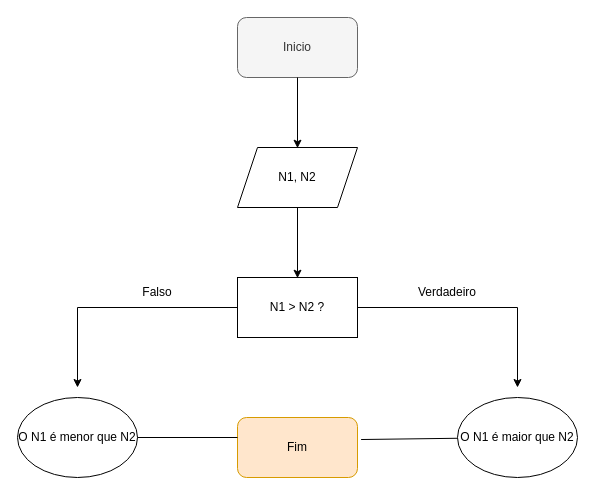
Earlier version of the draw.io diagram page "Exercicio A" (1 of 3) of ADO01 PI .drawio (Balduscojv/ADO-PI). Source tidied: cells renumbered, new cells numbered last; positions are measured from the earlier drawing's top-left corner, leaving out a move shared by most shapes. Both pictures are drawn from the tidied source at 100%, with x=0, y=0 at pixel (17, 17).
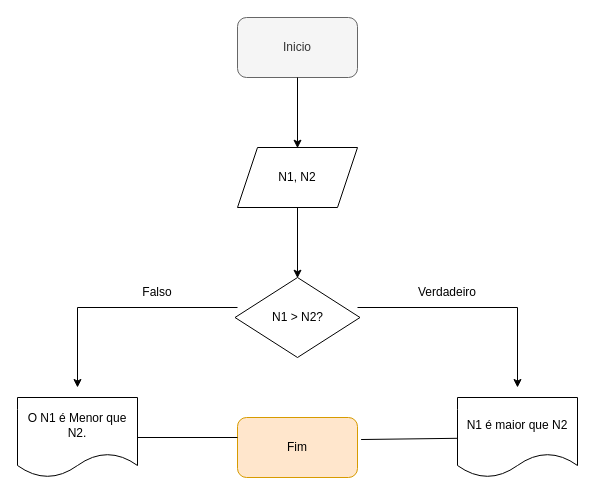
The same diagram, later.

The change refers to these unchanged cells:
```xml
<mxCell id="13" value="Fim" style="rounded=1;whiteSpace=wrap;html=1;fillColor=#ffe6cc;strokeColor=#d79b00;" parent="1" vertex="1">
  <mxGeometry x="220" y="400" width="120" height="60" as="geometry" />
</mxCell>
```

Diff of the diagram source:
```diff
@@
-    <mxCell id="6" value="N1 &amp;gt; N2 ?" style="rounded=0;whiteSpace=wrap;html=1;" parent="1" vertex="1">
-      <mxGeometry x="220" y="260" width="120" height="60" as="geometry" />
-    </mxCell>
-    <mxCell id="7" style="endArrow=classic;html=1;rounded=0;" parent="1" edge="1" source="6">
+    <mxCell id="7" style="endArrow=classic;html=1;rounded=0;" parent="1" edge="1">
       <mxGeometry relative="1" as="geometry">
+        <mxPoint x="220" y="290" as="sourcePoint" />
         <mxPoint x="60" y="370" as="targetPoint" />
         <Array as="points">
           <mxPoint x="60" y="290" />
         </Array>
       </mxGeometry>
     </mxCell>
@@
-    <mxCell id="9" value="O N1 é menor que N2" style="ellipse;whiteSpace=wrap;html=1;" parent="1" vertex="1">
-      <mxGeometry y="380" width="120" height="80" as="geometry" />
-    </mxCell>
-    <mxCell id="10" style="endArrow=classic;html=1;rounded=0;" parent="1" edge="1" source="6">
+    <mxCell id="10" style="endArrow=classic;html=1;rounded=0;" parent="1" edge="1">
       <mxGeometry relative="1" as="geometry">
+        <mxPoint x="340" y="290" as="sourcePoint" />
         <mxPoint x="500" y="370" as="targetPoint" />
         <Array as="points">
           <mxPoint x="500" y="290" />
         </Array>
       </mxGeometry>
     </mxCell>
-    <mxCell id="11" value="O N1 é maior que N2" style="ellipse;whiteSpace=wrap;html=1;" parent="1" vertex="1">
-      <mxGeometry x="440" y="380" width="120" height="80" as="geometry" />
-    </mxCell>
@@
-    <mxCell id="14" style="endArrow=none;html=1;rounded=0;" parent="1" edge="1" source="9">
+    <mxCell id="14" style="endArrow=none;html=1;rounded=0;" parent="1" edge="1">
       <mxGeometry relative="1" as="geometry">
+        <mxPoint x="120" y="420" as="sourcePoint" />
         <mxPoint x="220" y="420" as="targetPoint" />
       </mxGeometry>
     </mxCell>
-    <mxCell id="15" style="endArrow=none;html=1;rounded=0;entryX=1.03;entryY=0.367;entryDx=0;entryDy=0;entryPerimeter=0;" parent="1" edge="1" source="11" target="13">
-      <mxGeometry relative="1" as="geometry" />
+    <mxCell id="15" style="endArrow=none;html=1;rounded=0;entryX=1.03;entryY=0.367;entryDx=0;entryDy=0;entryPerimeter=0;" parent="1" edge="1" target="13">
+      <mxGeometry relative="1" as="geometry">
+        <mxPoint x="440" y="420.8" as="sourcePoint" />
+      </mxGeometry>
     </mxCell>
+    <mxCell id="16" value="N1 &amp;gt; N2?" style="rhombus;whiteSpace=wrap;html=1;" parent="1" vertex="1">
+      <mxGeometry x="217.5" y="260" width="125" height="80" as="geometry" />
+    </mxCell>
+    <mxCell id="17" value="O N1 é Menor que N2." style="shape=document;whiteSpace=wrap;html=1;boundedLbl=1;" parent="1" vertex="1">
+      <mxGeometry y="380" width="120" height="80" as="geometry" />
+    </mxCell>
+    <mxCell id="18" value="N1 é maior que N2" style="shape=document;whiteSpace=wrap;html=1;boundedLbl=1;" parent="1" vertex="1">
+      <mxGeometry x="440" y="380" width="120" height="80" as="geometry" />
+    </mxCell>
```
